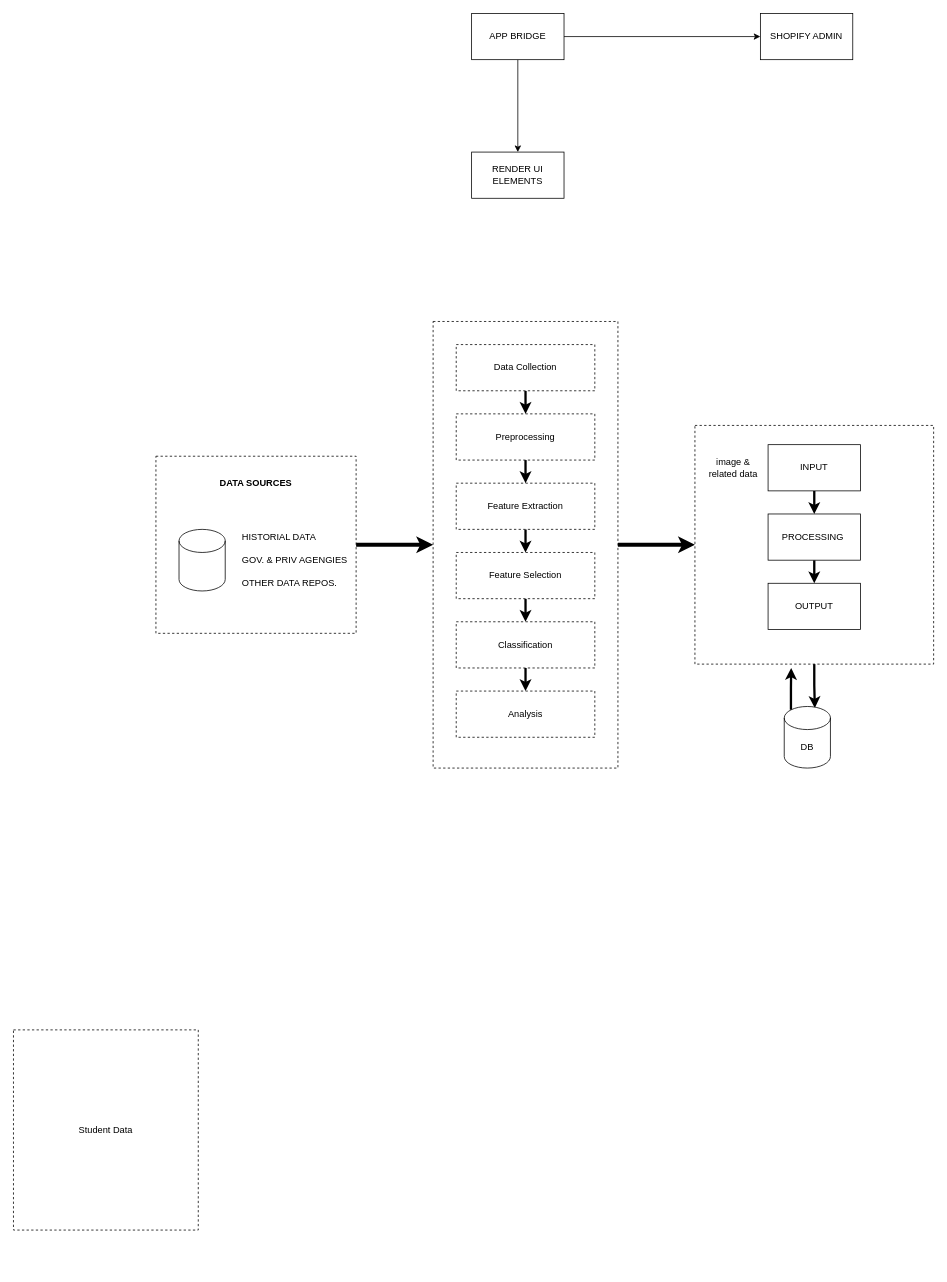
This is kmcc/Untitled Diagram.drawio from genmancoder/systems-diagrams, a draw.io file, before an edit. Source tidied: cells renumbered, new cells numbered last; positions are measured from the earlier drawing's top-left corner, leaving out a move shared by most shapes. Both pictures are drawn from the tidied source at 77%, with x=0, y=0 at pixel (13, 13).
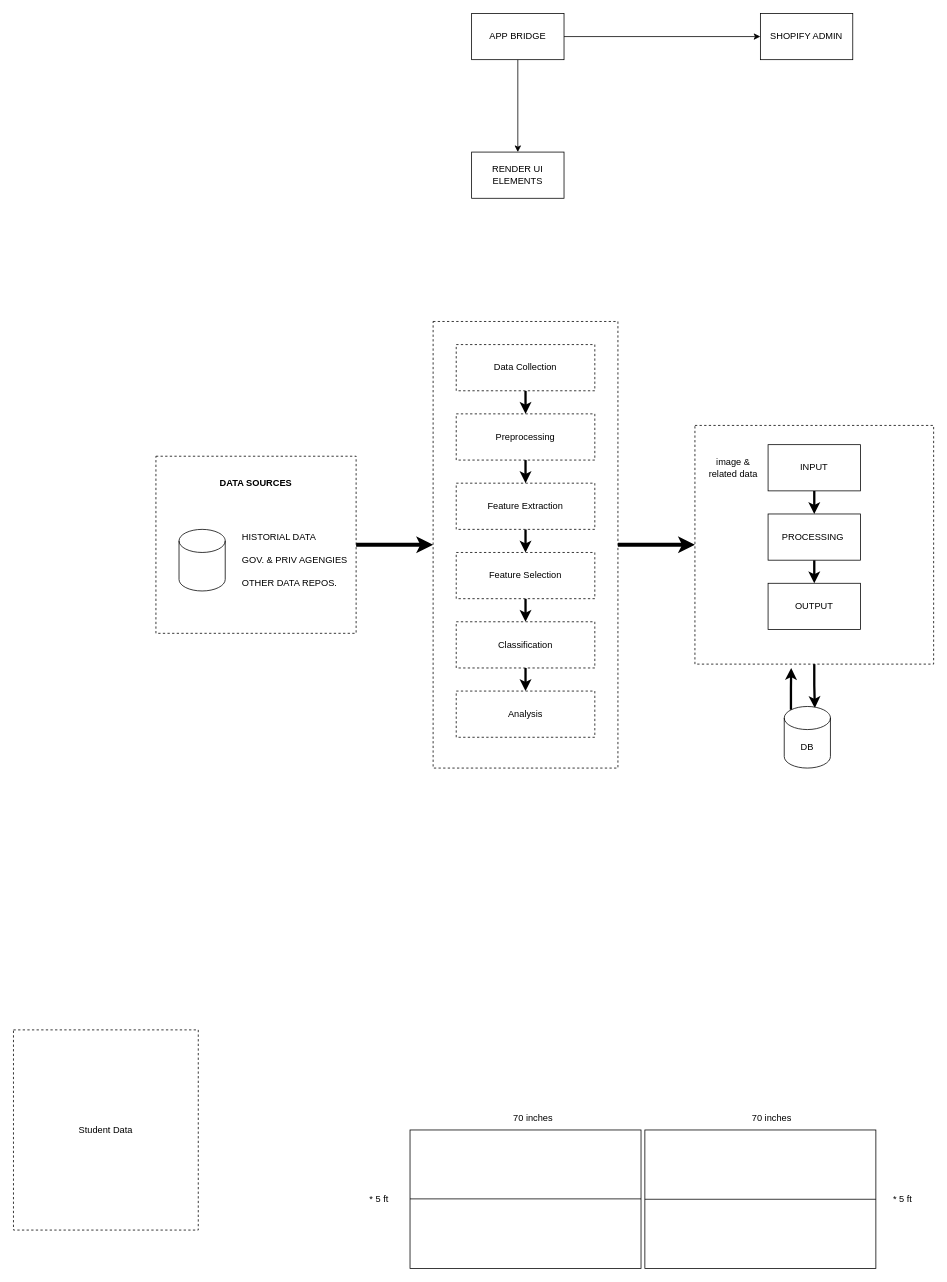
After the change.

Diff of the diagram source:
```diff
@@
+    <mxCell id="39" style="group;" parent="1" vertex="1">
+      <mxGeometry x="445" y="1420" width="740" height="210" as="geometry" />
+    </mxCell>
+    <mxCell id="40" style="rounded=0;whiteSpace=wrap;html=1;" parent="39" vertex="1">
+      <mxGeometry x="70" y="30" width="300" height="180" as="geometry" />
+    </mxCell>
+    <mxCell id="41" style="rounded=0;whiteSpace=wrap;html=1;" parent="39" vertex="1">
+      <mxGeometry x="375" y="30" width="300" height="180" as="geometry" />
+    </mxCell>
+    <mxCell id="42" style="endArrow=none;html=1;rounded=0;" parent="39" edge="1" target="41">
+      <mxGeometry relative="1" as="geometry">
+        <mxPoint x="375" y="130" as="sourcePoint" />
+      </mxGeometry>
+    </mxCell>
+    <mxCell id="43" style="endArrow=none;html=1;rounded=0;entryX=1;entryY=0.5;entryDx=0;entryDy=0;exitX=0;exitY=0.5;exitDx=0;exitDy=0;" parent="39" edge="1" source="41" target="41">
+      <mxGeometry relative="1" as="geometry" />
+    </mxCell>
+    <mxCell id="44" style="endArrow=none;html=1;rounded=0;entryX=1;entryY=0.5;entryDx=0;entryDy=0;exitX=0;exitY=0.5;exitDx=0;exitDy=0;" parent="39" edge="1">
+      <mxGeometry relative="1" as="geometry">
+        <mxPoint x="70" y="119.5" as="sourcePoint" />
+        <mxPoint x="370" y="119.5" as="targetPoint" />
+      </mxGeometry>
+    </mxCell>
+    <mxCell id="45" value="70 inches" style="text;html=1;strokeColor=none;fillColor=none;align=center;verticalAlign=middle;whiteSpace=wrap;rounded=0;" parent="39" vertex="1">
+      <mxGeometry x="200" width="60" height="30" as="geometry" />
+    </mxCell>
+    <mxCell id="46" value="70 inches" style="text;html=1;strokeColor=none;fillColor=none;align=center;verticalAlign=middle;whiteSpace=wrap;rounded=0;" parent="39" vertex="1">
+      <mxGeometry x="510" width="60" height="30" as="geometry" />
+    </mxCell>
+    <mxCell id="47" value="* 5 ft" style="text;html=1;strokeColor=none;fillColor=none;align=center;verticalAlign=middle;whiteSpace=wrap;rounded=0;" parent="39" vertex="1">
+      <mxGeometry y="105" width="60" height="30" as="geometry" />
+    </mxCell>
+    <mxCell id="48" value="* 5 ft" style="text;html=1;strokeColor=none;fillColor=none;align=center;verticalAlign=middle;whiteSpace=wrap;rounded=0;" parent="39" vertex="1">
+      <mxGeometry x="680" y="105" width="60" height="30" as="geometry" />
+    </mxCell>
```
